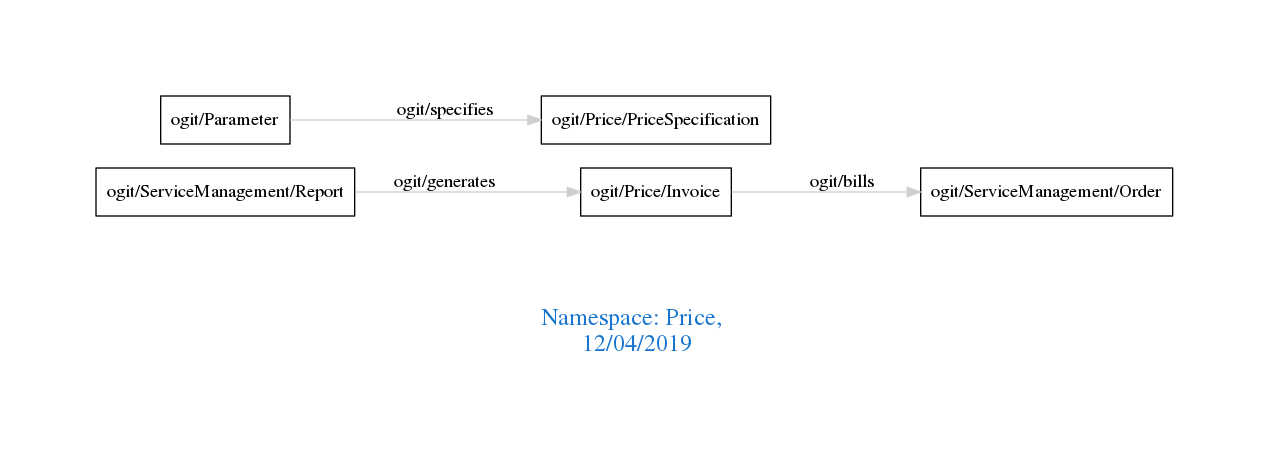
Before: downloads/Price.png, a diagram exported from Graphviz (arago/OGIT). Its source is kept beside it as downloads/Price.dot.
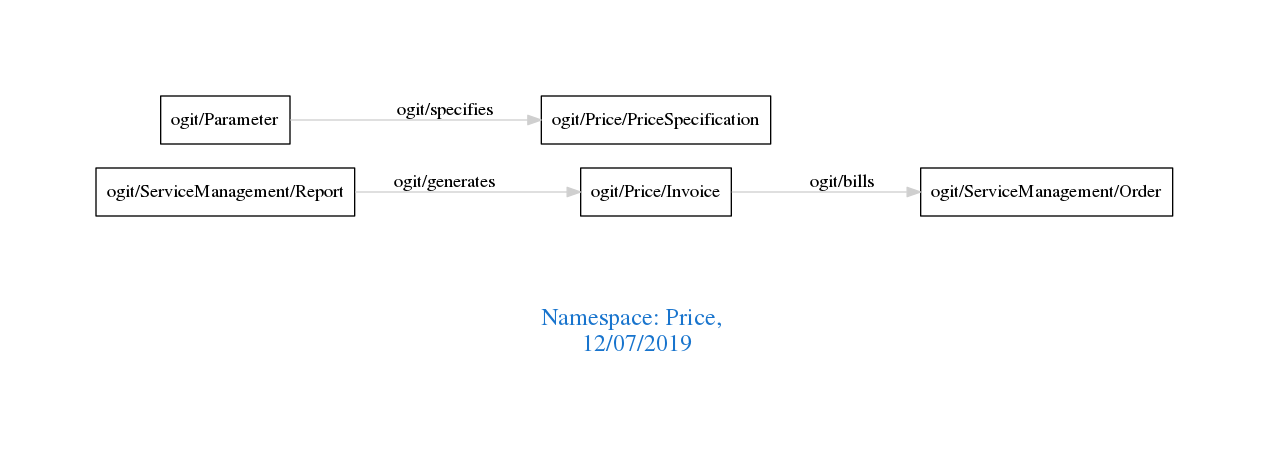
Later version of the same file.

Change to the diagram source:
```diff
@@ -1,7 +1,7 @@
 digraph OGIT_ontology {
  graph [ rankdir= LR,pad=1
 fontsize = 18,
-fontcolor= dodgerblue3,label = "\n\n\nNamespace: Price, \n 12/04/2019"];
+fontcolor= dodgerblue3,label = "\n\n\nNamespace: Price, \n 12/07/2019"];
 node[shape=polygon];
 edge [  color="gray81"];
 
```
